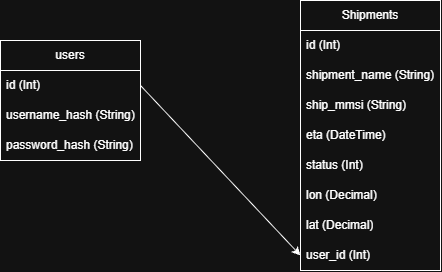
Earlier version of the draw.io export Documentation/Charts/ShipmentTrackingDB.drawio.png (Timanttiso/ShipmentTracking). Source tidied: cells renumbered, new cells last; positions are measured from the earlier drawing's top-left corner, leaving out a move shared by most shapes.
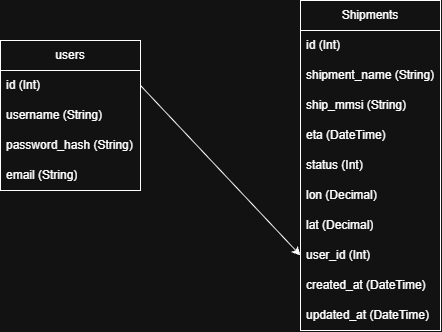
After the change.

Commit message:
Updated database charts

The edit, as a diff of the source:
```diff
@@ -3,7 +3,7 @@
     <mxCell id="0" />
     <mxCell id="1" parent="0" />
     <mxCell id="2" value="Shipments" style="swimlane;fontStyle=0;horizontal=1;startSize=30;whiteSpace=wrap;html=1;" parent="1" vertex="1">
-      <mxGeometry x="300" width="140" height="270" as="geometry" />
+      <mxGeometry x="300" width="140" height="330" as="geometry" />
     </mxCell>
     <mxCell id="3" value="id (Int)" style="text;strokeColor=none;fillColor=none;align=left;verticalAlign=middle;spacingLeft=4;spacingRight=4;overflow=hidden;whiteSpace=wrap;html=1;" parent="2" vertex="1">
       <mxGeometry y="30" width="140" height="30" as="geometry" />
@@ -29,18 +29,27 @@
     <mxCell id="10" value="user_id (Int)" style="text;strokeColor=none;fillColor=none;align=left;verticalAlign=middle;spacingLeft=4;spacingRight=4;overflow=hidden;points=[[0,0.5],[1,0.5]];portConstraint=eastwest;whiteSpace=wrap;html=1;" parent="2" vertex="1">
       <mxGeometry y="240" width="140" height="30" as="geometry" />
     </mxCell>
+    <mxCell id="16" value="created_at (DateTime)" style="text;strokeColor=none;fillColor=none;align=left;verticalAlign=middle;spacingLeft=4;spacingRight=4;overflow=hidden;whiteSpace=wrap;html=1;" parent="2" vertex="1">
+      <mxGeometry y="270" width="140" height="30" as="geometry" />
+    </mxCell>
+    <mxCell id="17" value="updated_at (DateTime)" style="text;strokeColor=none;fillColor=none;align=left;verticalAlign=middle;spacingLeft=4;spacingRight=4;overflow=hidden;whiteSpace=wrap;html=1;" parent="2" vertex="1">
+      <mxGeometry y="300" width="140" height="30" as="geometry" />
+    </mxCell>
     <mxCell id="11" value="users" style="swimlane;fontStyle=0;horizontal=1;startSize=30;whiteSpace=wrap;html=1;" parent="1" vertex="1">
-      <mxGeometry y="40" width="140" height="120" as="geometry" />
+      <mxGeometry y="40" width="140" height="150" as="geometry" />
     </mxCell>
     <mxCell id="12" value="id (Int)" style="text;strokeColor=none;fillColor=none;align=left;verticalAlign=middle;spacingLeft=4;spacingRight=4;overflow=hidden;points=[[0,0.5],[1,0.5]];portConstraint=eastwest;whiteSpace=wrap;html=1;" parent="11" vertex="1">
       <mxGeometry y="30" width="140" height="30" as="geometry" />
     </mxCell>
-    <mxCell id="13" value="username_hash (String)" style="text;strokeColor=none;fillColor=none;align=left;verticalAlign=middle;spacingLeft=4;spacingRight=4;overflow=hidden;whiteSpace=wrap;html=1;" parent="11" vertex="1">
+    <mxCell id="13" value="username (String)" style="text;strokeColor=none;fillColor=none;align=left;verticalAlign=middle;spacingLeft=4;spacingRight=4;overflow=hidden;whiteSpace=wrap;html=1;" parent="11" vertex="1">
       <mxGeometry y="60" width="140" height="30" as="geometry" />
     </mxCell>
     <mxCell id="14" value="password_hash (String)" style="text;strokeColor=none;fillColor=none;align=left;verticalAlign=middle;spacingLeft=4;spacingRight=4;overflow=hidden;whiteSpace=wrap;html=1;" parent="11" vertex="1">
       <mxGeometry y="90" width="140" height="30" as="geometry" />
     </mxCell>
+    <mxCell id="18" value="email (String)" style="text;strokeColor=none;fillColor=none;align=left;verticalAlign=middle;spacingLeft=4;spacingRight=4;overflow=hidden;whiteSpace=wrap;html=1;" parent="11" vertex="1">
+      <mxGeometry y="120" width="140" height="30" as="geometry" />
+    </mxCell>
     <mxCell id="15" style="endArrow=classic;html=1;rounded=0;entryX=0;entryY=0.5;entryDx=0;entryDy=0;exitX=1;exitY=0.5;exitDx=0;exitDy=0;" parent="1" edge="1" source="12" target="10">
       <mxGeometry relative="1" as="geometry" />
     </mxCell>
```
